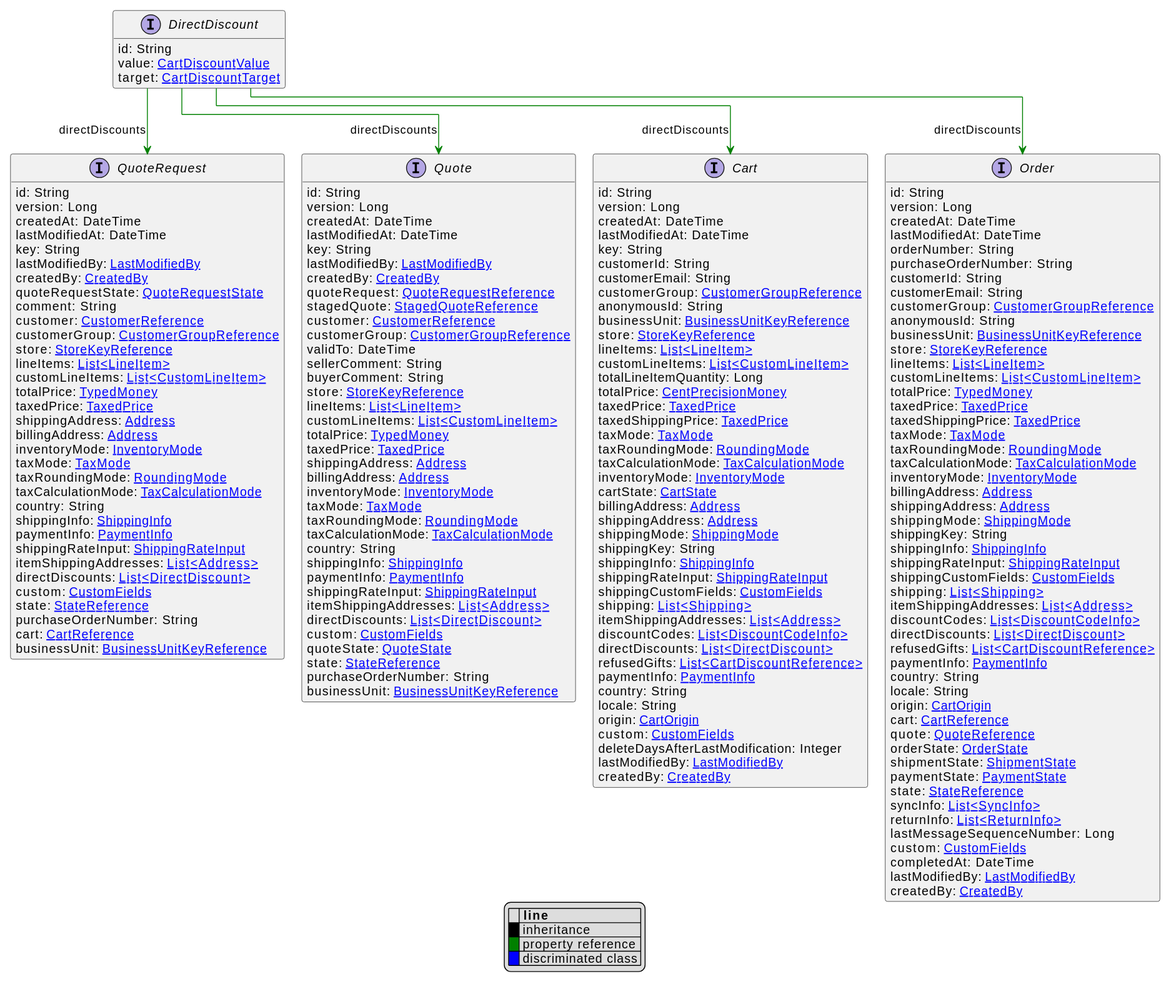
Before: uml/api/svg/DirectDiscount.svg, a diagram exported from PlantUML (commercetools/commercetools-api-reference).
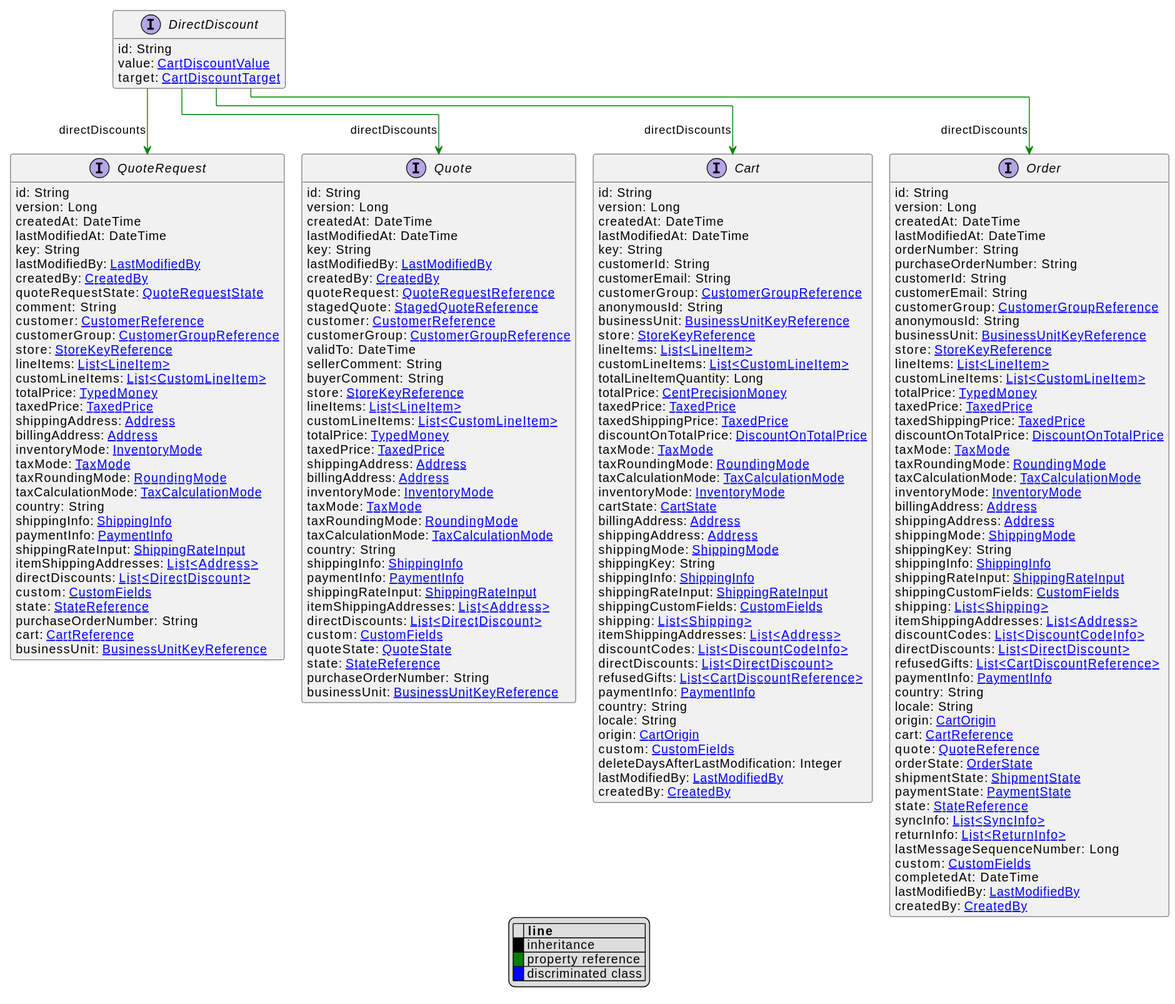
Later version of the same file.

What changed in the source:
```diff
@@ -34,6 +34,7 @@
     totalPrice: [[CentPrecisionMoney.svg CentPrecisionMoney]]
     taxedPrice: [[TaxedPrice.svg TaxedPrice]]
     taxedShippingPrice: [[TaxedPrice.svg TaxedPrice]]
+    discountOnTotalPrice: [[DiscountOnTotalPrice.svg DiscountOnTotalPrice]]
     taxMode: [[TaxMode.svg TaxMode]]
     taxRoundingMode: [[RoundingMode.svg RoundingMode]]
     taxCalculationMode: [[TaxCalculationMode.svg TaxCalculationMode]]
@@ -78,6 +79,7 @@
     totalPrice: [[TypedMoney.svg TypedMoney]]
     taxedPrice: [[TaxedPrice.svg TaxedPrice]]
     taxedShippingPrice: [[TaxedPrice.svg TaxedPrice]]
+    discountOnTotalPrice: [[DiscountOnTotalPrice.svg DiscountOnTotalPrice]]
     taxMode: [[TaxMode.svg TaxMode]]
     taxRoundingMode: [[RoundingMode.svg RoundingMode]]
     taxCalculationMode: [[TaxCalculationMode.svg TaxCalculationMode]]
```
